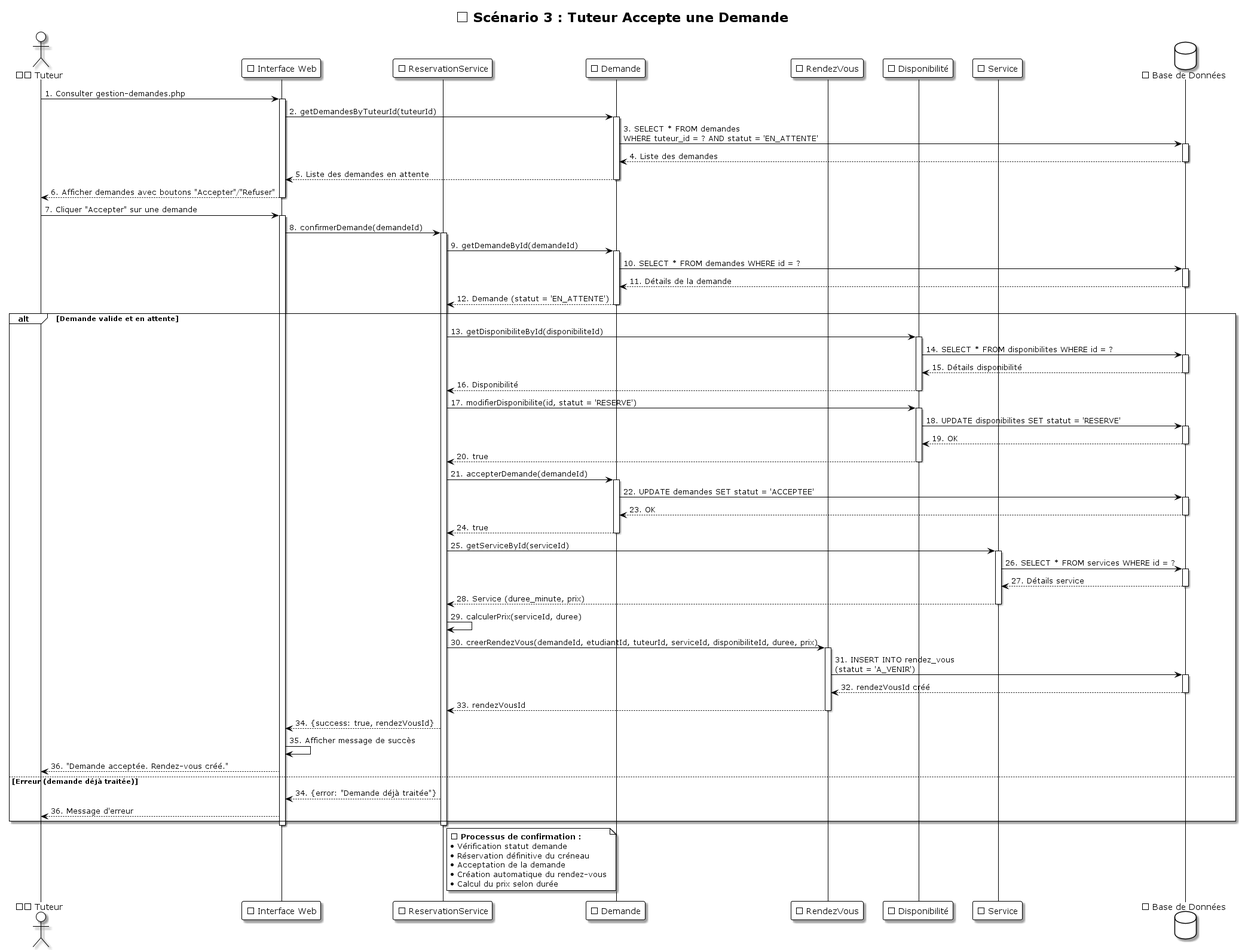
This is UML/diagrammes_sequence/Sequence_03_Tuteur_Accepte_Demande.png from LLAbdul/LLAbdul-projet-tutoplus, a PlantUML export, as it was before one commit. Source of this version:
```plantuml
@startuml Sequence_03_Tuteur_Accepte_Demande
!theme plain
skinparam shadowing true
skinparam backgroundColor #FFFFFF

title ✅ Scénario 3 : Tuteur Accepte une Demande

actor "👨‍🏫 Tuteur" as Tuteur
participant "🌐 Interface Web" as UI
participant "📅 ReservationService" as ReservationService
participant "📝 Demande" as Demande
participant "📋 RendezVous" as RendezVous
participant "⏰ Disponibilité" as Disponibilite
participant "📚 Service" as Service
database "💾 Base de Données" as DB

Tuteur -> UI: 1. Consulter gestion-demandes.php
activate UI
UI -> Demande: 2. getDemandesByTuteurId(tuteurId)
activate Demande
Demande -> DB: 3. SELECT * FROM demandes\nWHERE tuteur_id = ? AND statut = 'EN_ATTENTE'
activate DB
DB --> Demande: 4. Liste des demandes
deactivate DB
Demande --> UI: 5. Liste des demandes en attente
deactivate Demande
UI --> Tuteur: 6. Afficher demandes avec boutons "Accepter"/"Refuser"
deactivate UI

Tuteur -> UI: 7. Cliquer "Accepter" sur une demande
activate UI
UI -> ReservationService: 8. confirmerDemande(demandeId)
activate ReservationService

ReservationService -> Demande: 9. getDemandeById(demandeId)
activate Demande
Demande -> DB: 10. SELECT * FROM demandes WHERE id = ?
activate DB
DB --> Demande: 11. Détails de la demande
deactivate DB
Demande --> ReservationService: 12. Demande (statut = 'EN_ATTENTE')
deactivate Demande

alt Demande valide et en attente
    ReservationService -> Disponibilite: 13. getDisponibiliteById(disponibiliteId)
    activate Disponibilite
    Disponibilite -> DB: 14. SELECT * FROM disponibilites WHERE id = ?
    activate DB
    DB --> Disponibilite: 15. Détails disponibilité
    deactivate DB
    Disponibilite --> ReservationService: 16. Disponibilité
    deactivate Disponibilite

    ReservationService -> Disponibilite: 17. modifierDisponibilite(id, statut = 'RESERVE')
    activate Disponibilite
    Disponibilite -> DB: 18. UPDATE disponibilites SET statut = 'RESERVE'
    activate DB
    DB --> Disponibilite: 19. OK
    deactivate DB
    Disponibilite --> ReservationService: 20. true
    deactivate Disponibilite

    ReservationService -> Demande: 21. accepterDemande(demandeId)
    activate Demande
    Demande -> DB: 22. UPDATE demandes SET statut = 'ACCEPTEE'
    activate DB
    DB --> Demande: 23. OK
    deactivate DB
    Demande --> ReservationService: 24. true
    deactivate Demande

    ReservationService -> Service: 25. getServiceById(serviceId)
    activate Service
    Service -> DB: 26. SELECT * FROM services WHERE id = ?
    activate DB
    DB --> Service: 27. Détails service
    deactivate DB
    Service --> ReservationService: 28. Service (duree_minute, prix)
    deactivate Service

    ReservationService -> ReservationService: 29. calculerPrix(serviceId, duree)

    ReservationService -> RendezVous: 30. creerRendezVous(demandeId, etudiantId, tuteurId, serviceId, disponibiliteId, duree, prix)
    activate RendezVous
    RendezVous -> DB: 31. INSERT INTO rendez_vous\n(statut = 'A_VENIR')
    activate DB
    DB --> RendezVous: 32. rendezVousId créé
    deactivate DB
    RendezVous --> ReservationService: 33. rendezVousId
    deactivate RendezVous

    ReservationService --> UI: 34. {success: true, rendezVousId}
    UI -> UI: 35. Afficher message de succès
    UI --> Tuteur: 36. "Demande acceptée. Rendez-vous créé."
else Erreur (demande déjà traitée)
    ReservationService --> UI: 34. {error: "Demande déjà traitée"}
    UI --> Tuteur: 36. Message d'erreur
end

deactivate ReservationService
deactivate UI

note right of ReservationService
  ✅ **Processus de confirmation :**
  • Vérification statut demande
  • Réservation définitive du créneau
  • Acceptation de la demande
  • Création automatique du rendez-vous
  • Calcul du prix selon durée
end note
@enduml
```
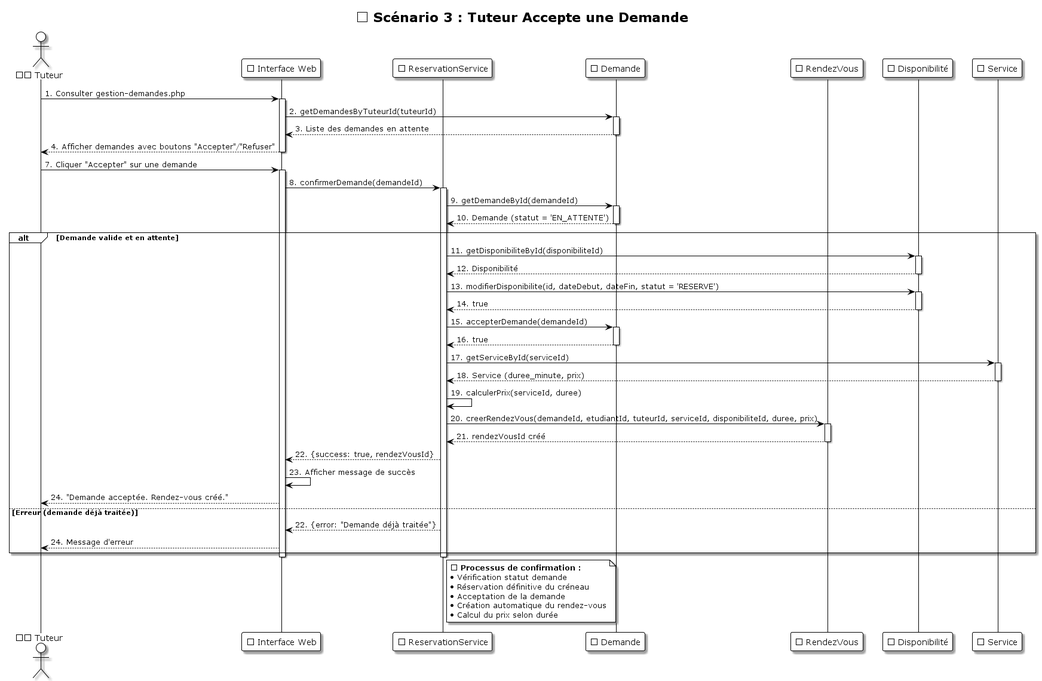
The same file after the commit.

Diff of the diagram source:
```diff
@@ -12,19 +12,14 @@
 participant "📋 RendezVous" as RendezVous
 participant "⏰ Disponibilité" as Disponibilite
 participant "📚 Service" as Service
-database "💾 Base de Données" as DB
 
 Tuteur -> UI: 1. Consulter gestion-demandes.php
 activate UI
 UI -> Demande: 2. getDemandesByTuteurId(tuteurId)
 activate Demande
-Demande -> DB: 3. SELECT * FROM demandes\nWHERE tuteur_id = ? AND statut = 'EN_ATTENTE'
-activate DB
-DB --> Demande: 4. Liste des demandes
-deactivate DB
-Demande --> UI: 5. Liste des demandes en attente
+Demande --> UI: 3. Liste des demandes en attente
 deactivate Demande
-UI --> Tuteur: 6. Afficher demandes avec boutons "Accepter"/"Refuser"
+UI --> Tuteur: 4. Afficher demandes avec boutons "Accepter"/"Refuser"
 deactivate UI
 
 Tuteur -> UI: 7. Cliquer "Accepter" sur une demande
@@ -34,67 +29,43 @@
 
 ReservationService -> Demande: 9. getDemandeById(demandeId)
 activate Demande
-Demande -> DB: 10. SELECT * FROM demandes WHERE id = ?
-activate DB
-DB --> Demande: 11. Détails de la demande
-deactivate DB
-Demande --> ReservationService: 12. Demande (statut = 'EN_ATTENTE')
+Demande --> ReservationService: 10. Demande (statut = 'EN_ATTENTE')
 deactivate Demande
 
 alt Demande valide et en attente
-    ReservationService -> Disponibilite: 13. getDisponibiliteById(disponibiliteId)
+    ReservationService -> Disponibilite: 11. getDisponibiliteById(disponibiliteId)
     activate Disponibilite
-    Disponibilite -> DB: 14. SELECT * FROM disponibilites WHERE id = ?
-    activate DB
-    DB --> Disponibilite: 15. Détails disponibilité
-    deactivate DB
-    Disponibilite --> ReservationService: 16. Disponibilité
+    Disponibilite --> ReservationService: 12. Disponibilité
     deactivate Disponibilite
 
-    ReservationService -> Disponibilite: 17. modifierDisponibilite(id, statut = 'RESERVE')
+    ReservationService -> Disponibilite: 13. modifierDisponibilite(id, dateDebut, dateFin, statut = 'RESERVE')
     activate Disponibilite
-    Disponibilite -> DB: 18. UPDATE disponibilites SET statut = 'RESERVE'
-    activate DB
-    DB --> Disponibilite: 19. OK
-    deactivate DB
-    Disponibilite --> ReservationService: 20. true
+    Disponibilite --> ReservationService: 14. true
     deactivate Disponibilite
 
-    ReservationService -> Demande: 21. accepterDemande(demandeId)
+    ReservationService -> Demande: 15. accepterDemande(demandeId)
     activate Demande
-    Demande -> DB: 22. UPDATE demandes SET statut = 'ACCEPTEE'
-    activate DB
-    DB --> Demande: 23. OK
-    deactivate DB
-    Demande --> ReservationService: 24. true
+    Demande --> ReservationService: 16. true
     deactivate Demande
 
-    ReservationService -> Service: 25. getServiceById(serviceId)
+    ReservationService -> Service: 17. getServiceById(serviceId)
     activate Service
-    Service -> DB: 26. SELECT * FROM services WHERE id = ?
-    activate DB
-    DB --> Service: 27. Détails service
-    deactivate DB
-    Service --> ReservationService: 28. Service (duree_minute, prix)
+    Service --> ReservationService: 18. Service (duree_minute, prix)
     deactivate Service
 
-    ReservationService -> ReservationService: 29. calculerPrix(serviceId, duree)
+    ReservationService -> ReservationService: 19. calculerPrix(serviceId, duree)
 
-    ReservationService -> RendezVous: 30. creerRendezVous(demandeId, etudiantId, tuteurId, serviceId, disponibiliteId, duree, prix)
+    ReservationService -> RendezVous: 20. creerRendezVous(demandeId, etudiantId, tuteurId, serviceId, disponibiliteId, duree, prix)
     activate RendezVous
-    RendezVous -> DB: 31. INSERT INTO rendez_vous\n(statut = 'A_VENIR')
-    activate DB
-    DB --> RendezVous: 32. rendezVousId créé
-    deactivate DB
-    RendezVous --> ReservationService: 33. rendezVousId
+    RendezVous --> ReservationService: 21. rendezVousId créé
     deactivate RendezVous
 
-    ReservationService --> UI: 34. {success: true, rendezVousId}
-    UI -> UI: 35. Afficher message de succès
-    UI --> Tuteur: 36. "Demande acceptée. Rendez-vous créé."
+    ReservationService --> UI: 22. {success: true, rendezVousId}
+    UI -> UI: 23. Afficher message de succès
+    UI --> Tuteur: 24. "Demande acceptée. Rendez-vous créé."
 else Erreur (demande déjà traitée)
-    ReservationService --> UI: 34. {error: "Demande déjà traitée"}
-    UI --> Tuteur: 36. Message d'erreur
+    ReservationService --> UI: 22. {error: "Demande déjà traitée"}
+    UI --> Tuteur: 24. Message d'erreur
 end
 
 deactivate ReservationService
```
